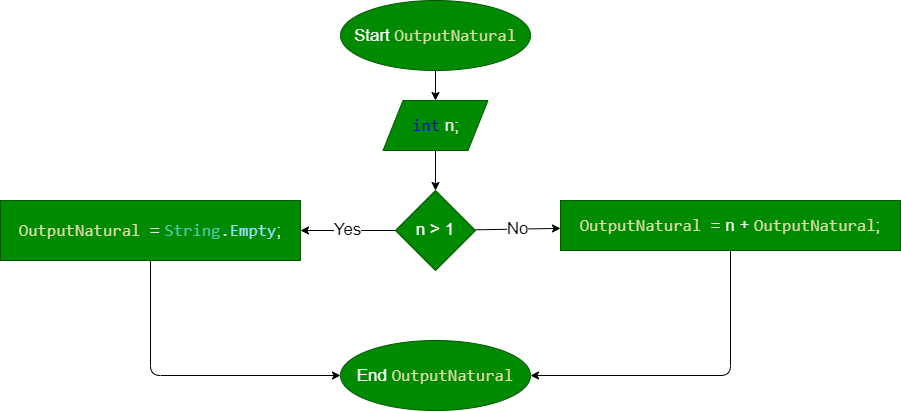
Above: Recursion/Task1_Output_of_All_Natural_Numbers/diagram.drawio.png in SergeyPochikaev/HomeWork (draw.io), before the change. Source tidied: cells renumbered, new cells last; positions are measured from the earlier drawing's top-left corner, leaving out a move shared by most shapes. Source of this version:
```xml
<mxGraphModel>
  <root>
    <mxCell id="0" />
    <mxCell id="1" parent="0" />
    <mxCell id="2" style="edgeStyle=none;html=1;fontSize=17;" parent="1" edge="1" source="3" target="10">
      <mxGeometry relative="1" as="geometry" />
    </mxCell>
    <mxCell id="3" value="Start&amp;nbsp;&lt;span style=&quot;color: rgb(220, 220, 170); font-family: Consolas, &amp;quot;Courier New&amp;quot;, monospace;&quot;&gt;&lt;font style=&quot;font-size: 17px;&quot;&gt;OutputNatural&lt;/font&gt;&lt;/span&gt;" style="ellipse;whiteSpace=wrap;html=1;fillColor=#008a00;fontColor=#ffffff;strokeColor=#005700;fontSize=17;" parent="1" vertex="1">
      <mxGeometry x="340" width="190" height="70" as="geometry" />
    </mxCell>
    <mxCell id="4" value="Yes" style="edgeStyle=none;html=1;fontSize=17;" parent="1" edge="1" source="6" target="8">
      <mxGeometry relative="1" as="geometry" />
    </mxCell>
    <mxCell id="5" value="No" style="edgeStyle=none;html=1;fontFamily=Helvetica;fontSize=17;fontColor=default;" parent="1" edge="1" source="6" target="12">
      <mxGeometry relative="1" as="geometry" />
    </mxCell>
    <mxCell id="6" value="n &amp;gt; 1" style="rhombus;whiteSpace=wrap;html=1;fontSize=17;fillColor=#008a00;strokeColor=#005700;fontColor=#ffffff;" parent="1" vertex="1">
      <mxGeometry x="395" y="190" width="80" height="80" as="geometry" />
    </mxCell>
    <mxCell id="7" style="edgeStyle=none;html=1;fontFamily=Helvetica;fontSize=17;fontColor=#0000CC;entryX=0;entryY=0.5;entryDx=0;entryDy=0;exitX=0.5;exitY=1;exitDx=0;exitDy=0;" parent="1" edge="1" source="8" target="13">
      <mxGeometry relative="1" as="geometry">
        <Array as="points">
          <mxPoint x="150" y="375" />
        </Array>
      </mxGeometry>
    </mxCell>
    <mxCell id="8" value="&lt;font style=&quot;font-size: 17px;&quot;&gt;&lt;span style=&quot;color: rgb(220, 220, 170); font-family: Consolas, &amp;quot;Courier New&amp;quot;, monospace;&quot;&gt;OutputNatural&amp;nbsp;&lt;/span&gt;&lt;font color=&quot;#f0f0f0&quot;&gt;=&lt;/font&gt;&amp;nbsp;&lt;span style=&quot;font-family: Consolas, &amp;quot;Courier New&amp;quot;, monospace; color: rgb(78, 201, 176);&quot;&gt;String&lt;/span&gt;&lt;span style=&quot;color: rgb(212, 212, 212); font-family: Consolas, &amp;quot;Courier New&amp;quot;, monospace;&quot;&gt;.&lt;/span&gt;&lt;span style=&quot;font-family: Consolas, &amp;quot;Courier New&amp;quot;, monospace; color: rgb(156, 220, 254);&quot;&gt;Empty&lt;/span&gt;&lt;font style=&quot;font-size: 17px;&quot; color=&quot;#f0f0f0&quot;&gt;;&lt;/font&gt;&lt;/font&gt;" style="whiteSpace=wrap;html=1;fontSize=17;fillColor=#008a00;strokeColor=#005700;fontColor=#ffffff;" parent="1" vertex="1">
      <mxGeometry y="200" width="300" height="60" as="geometry" />
    </mxCell>
    <mxCell id="9" style="edgeStyle=none;html=1;entryX=0.5;entryY=0;entryDx=0;entryDy=0;fontFamily=Helvetica;fontSize=17;fontColor=#0000CC;" parent="1" edge="1" source="10" target="6">
      <mxGeometry relative="1" as="geometry" />
    </mxCell>
    <mxCell id="10" value="&lt;div style=&quot;line-height: 27px;&quot;&gt;&lt;font color=&quot;#0000cc&quot;&gt;&lt;span style=&quot;font-family: Consolas, &amp;quot;Courier New&amp;quot;, monospace;&quot;&gt;int&lt;/span&gt; &lt;/font&gt;&lt;font color=&quot;#f0f0f0&quot;&gt;n;&lt;/font&gt;&lt;/div&gt;" style="shape=parallelogram;perimeter=parallelogramPerimeter;whiteSpace=wrap;html=1;fixedSize=1;fontSize=17;fillColor=#008a00;strokeColor=#005700;fontColor=#ffffff;" parent="1" vertex="1">
      <mxGeometry x="382.5" y="100" width="105" height="50" as="geometry" />
    </mxCell>
    <mxCell id="11" style="edgeStyle=none;html=1;entryX=1;entryY=0.5;entryDx=0;entryDy=0;fontFamily=Helvetica;fontSize=17;fontColor=#0000CC;exitX=0.5;exitY=1;exitDx=0;exitDy=0;" parent="1" edge="1" source="12" target="13">
      <mxGeometry relative="1" as="geometry">
        <Array as="points">
          <mxPoint x="730" y="375" />
        </Array>
      </mxGeometry>
    </mxCell>
    <mxCell id="12" value="&lt;span style=&quot;color: rgb(220, 220, 170); font-family: Consolas, &amp;quot;Courier New&amp;quot;, monospace;&quot;&gt;OutputNatural &lt;/span&gt;&lt;font style=&quot;&quot; color=&quot;#f0f0f0&quot;&gt;= n +&amp;nbsp;&lt;/font&gt;&lt;span style=&quot;color: rgb(220, 220, 170); font-family: Consolas, &amp;quot;Courier New&amp;quot;, monospace;&quot;&gt;OutputNatural&lt;/span&gt;&lt;font style=&quot;&quot; color=&quot;#f0f0f0&quot;&gt;;&lt;/font&gt;" style="whiteSpace=wrap;html=1;fontSize=17;fillColor=#008a00;strokeColor=#005700;fontColor=#ffffff;" parent="1" vertex="1">
      <mxGeometry x="560" y="200" width="340" height="50" as="geometry" />
    </mxCell>
    <mxCell id="13" value="End&amp;nbsp;&lt;span style=&quot;color: rgb(220, 220, 170); font-family: Consolas, &amp;quot;Courier New&amp;quot;, monospace;&quot;&gt;&lt;font style=&quot;font-size: 17px;&quot;&gt;OutputNatural&lt;/font&gt;&lt;/span&gt;" style="ellipse;whiteSpace=wrap;html=1;fillColor=#008a00;fontColor=#ffffff;strokeColor=#005700;fontSize=17;" parent="1" vertex="1">
      <mxGeometry x="340" y="340" width="190" height="70" as="geometry" />
    </mxCell>
  </root>
</mxGraphModel>
```
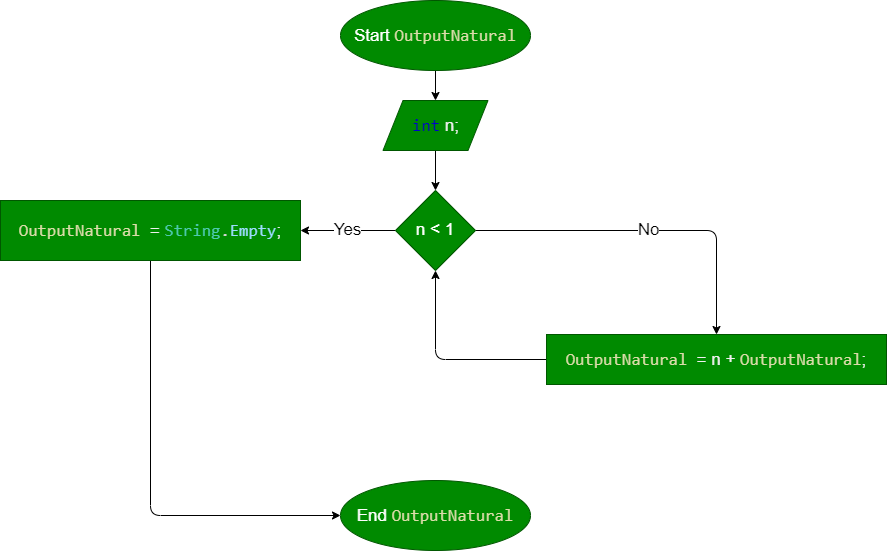
Above is the later version.

Diff of the diagram source:
```diff
@@ -11,16 +11,20 @@
     <mxCell id="4" value="Yes" style="edgeStyle=none;html=1;fontSize=17;" parent="1" edge="1" source="6" target="8">
       <mxGeometry relative="1" as="geometry" />
     </mxCell>
-    <mxCell id="5" value="No" style="edgeStyle=none;html=1;fontFamily=Helvetica;fontSize=17;fontColor=default;" parent="1" edge="1" source="6" target="12">
-      <mxGeometry relative="1" as="geometry" />
+    <mxCell id="5" value="No" style="edgeStyle=none;html=1;fontFamily=Helvetica;fontSize=17;fontColor=default;exitX=1;exitY=0.5;exitDx=0;exitDy=0;entryX=0.5;entryY=0;entryDx=0;entryDy=0;" parent="1" edge="1" source="6" target="12">
+      <mxGeometry relative="1" as="geometry">
+        <Array as="points">
+          <mxPoint x="716" y="230" />
+        </Array>
+      </mxGeometry>
     </mxCell>
-    <mxCell id="6" value="n &amp;gt; 1" style="rhombus;whiteSpace=wrap;html=1;fontSize=17;fillColor=#008a00;strokeColor=#005700;fontColor=#ffffff;" parent="1" vertex="1">
+    <mxCell id="6" value="n &amp;lt; 1" style="rhombus;whiteSpace=wrap;html=1;fontSize=17;fillColor=#008a00;strokeColor=#005700;fontColor=#ffffff;" parent="1" vertex="1">
       <mxGeometry x="395" y="190" width="80" height="80" as="geometry" />
     </mxCell>
     <mxCell id="7" style="edgeStyle=none;html=1;fontFamily=Helvetica;fontSize=17;fontColor=#0000CC;entryX=0;entryY=0.5;entryDx=0;entryDy=0;exitX=0.5;exitY=1;exitDx=0;exitDy=0;" parent="1" edge="1" source="8" target="13">
       <mxGeometry relative="1" as="geometry">
         <Array as="points">
-          <mxPoint x="150" y="375" />
+          <mxPoint x="150" y="515" />
         </Array>
       </mxGeometry>
     </mxCell>
@@ -33,18 +37,18 @@
     <mxCell id="10" value="&lt;div style=&quot;line-height: 27px;&quot;&gt;&lt;font color=&quot;#0000cc&quot;&gt;&lt;span style=&quot;font-family: Consolas, &amp;quot;Courier New&amp;quot;, monospace;&quot;&gt;int&lt;/span&gt; &lt;/font&gt;&lt;font color=&quot;#f0f0f0&quot;&gt;n;&lt;/font&gt;&lt;/div&gt;" style="shape=parallelogram;perimeter=parallelogramPerimeter;whiteSpace=wrap;html=1;fixedSize=1;fontSize=17;fillColor=#008a00;strokeColor=#005700;fontColor=#ffffff;" parent="1" vertex="1">
       <mxGeometry x="382.5" y="100" width="105" height="50" as="geometry" />
     </mxCell>
-    <mxCell id="11" style="edgeStyle=none;html=1;entryX=1;entryY=0.5;entryDx=0;entryDy=0;fontFamily=Helvetica;fontSize=17;fontColor=#0000CC;exitX=0.5;exitY=1;exitDx=0;exitDy=0;" parent="1" edge="1" source="12" target="13">
-      <mxGeometry relative="1" as="geometry">
-        <Array as="points">
-          <mxPoint x="730" y="375" />
-        </Array>
-      </mxGeometry>
-    </mxCell>
+    <mxCell id="14" style="edgeStyle=none;html=1;entryX=0.5;entryY=1;entryDx=0;entryDy=0;exitX=0;exitY=0.5;exitDx=0;exitDy=0;" parent="1" edge="1" source="12" target="6">
+      <mxGeometry relative="1" as="geometry">
+        <Array as="points">
+          <mxPoint x="435" y="359" />
+        </Array>
+      </mxGeometry>
+    </mxCell>
     <mxCell id="12" value="&lt;span style=&quot;color: rgb(220, 220, 170); font-family: Consolas, &amp;quot;Courier New&amp;quot;, monospace;&quot;&gt;OutputNatural &lt;/span&gt;&lt;font style=&quot;&quot; color=&quot;#f0f0f0&quot;&gt;= n +&amp;nbsp;&lt;/font&gt;&lt;span style=&quot;color: rgb(220, 220, 170); font-family: Consolas, &amp;quot;Courier New&amp;quot;, monospace;&quot;&gt;OutputNatural&lt;/span&gt;&lt;font style=&quot;&quot; color=&quot;#f0f0f0&quot;&gt;;&lt;/font&gt;" style="whiteSpace=wrap;html=1;fontSize=17;fillColor=#008a00;strokeColor=#005700;fontColor=#ffffff;" parent="1" vertex="1">
-      <mxGeometry x="560" y="200" width="340" height="50" as="geometry" />
+      <mxGeometry x="546" y="334" width="340" height="50" as="geometry" />
     </mxCell>
     <mxCell id="13" value="End&amp;nbsp;&lt;span style=&quot;color: rgb(220, 220, 170); font-family: Consolas, &amp;quot;Courier New&amp;quot;, monospace;&quot;&gt;&lt;font style=&quot;font-size: 17px;&quot;&gt;OutputNatural&lt;/font&gt;&lt;/span&gt;" style="ellipse;whiteSpace=wrap;html=1;fillColor=#008a00;fontColor=#ffffff;strokeColor=#005700;fontSize=17;" parent="1" vertex="1">
-      <mxGeometry x="340" y="340" width="190" height="70" as="geometry" />
+      <mxGeometry x="340" y="480" width="190" height="70" as="geometry" />
     </mxCell>
   </root>
 </mxGraphModel>
```
